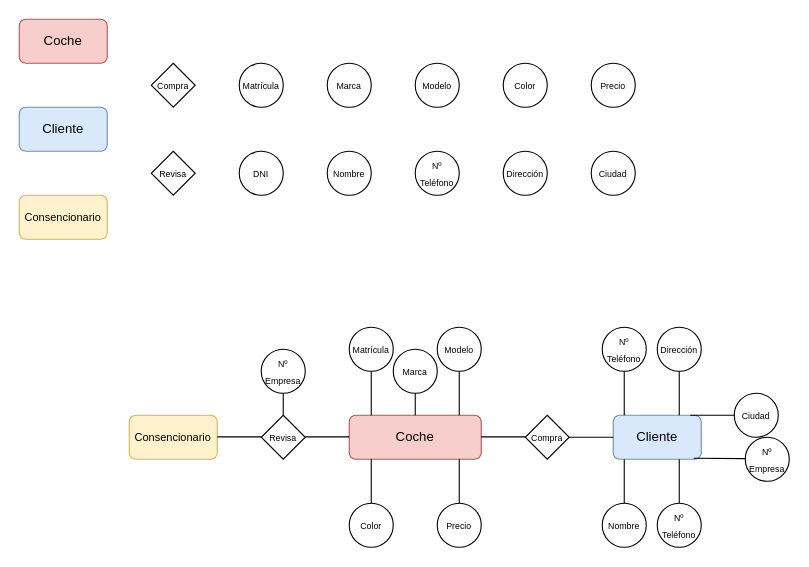
The draw.io diagram base de datos/Unidad-1/Tareas/6.drawio in Angel170605/BAE, before the edit. Source tidied: cells renumbered, new cells numbered last; positions are measured from the earlier drawing's top-left corner, leaving out a move shared by most shapes. Both pictures are drawn from the tidied source at 110%, with x=0, y=0 at pixel (19, 19).
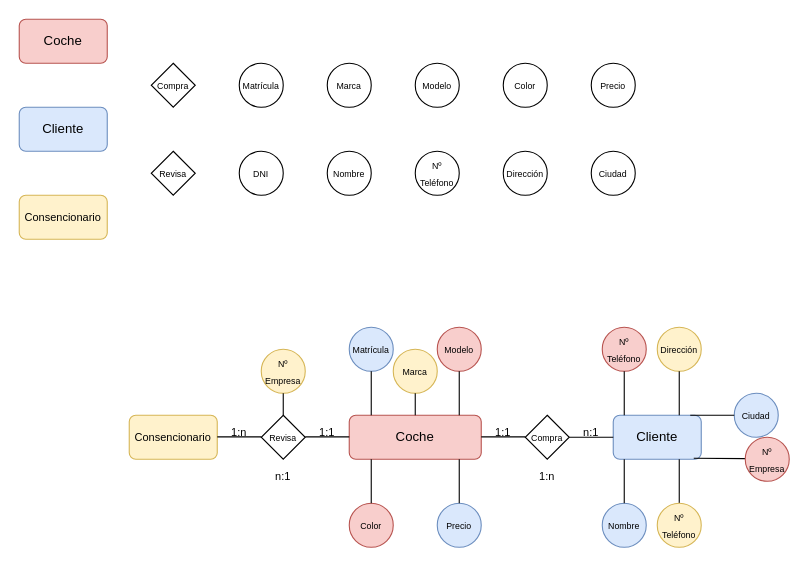
The same page after the edit.

The edit, as a diff of the source:
```diff
@@
-    <mxCell id="22" value="&lt;font style=&quot;font-size: 8px;&quot;&gt;Nombre&lt;/font&gt;" style="ellipse;whiteSpace=wrap;html=1;" parent="1" vertex="1">
+    <mxCell id="22" value="&lt;font style=&quot;font-size: 8px;&quot;&gt;Nombre&lt;/font&gt;" style="ellipse;whiteSpace=wrap;html=1;fillColor=#dae8fc;strokeColor=#6c8ebf;" parent="1" vertex="1">
       <mxGeometry x="530" y="440" width="40" height="40" as="geometry" />
     </mxCell>
-    <mxCell id="23" value="&lt;font style=&quot;font-size: 8px;&quot;&gt;Nº Teléfono&lt;br&gt;&lt;/font&gt;" style="ellipse;whiteSpace=wrap;html=1;" parent="1" vertex="1">
+    <mxCell id="23" value="&lt;font style=&quot;font-size: 8px;&quot;&gt;Nº Teléfono&lt;br&gt;&lt;/font&gt;" style="ellipse;whiteSpace=wrap;html=1;fillColor=#f8cecc;strokeColor=#b85450;" parent="1" vertex="1">
       <mxGeometry x="530" y="280" width="40" height="40" as="geometry" />
     </mxCell>
-    <mxCell id="24" value="&lt;font style=&quot;font-size: 8px;&quot;&gt;Ciudad&lt;/font&gt;" style="ellipse;whiteSpace=wrap;html=1;" parent="1" vertex="1">
+    <mxCell id="24" value="&lt;font style=&quot;font-size: 8px;&quot;&gt;Ciudad&lt;/font&gt;" style="ellipse;whiteSpace=wrap;html=1;fillColor=#dae8fc;strokeColor=#6c8ebf;" parent="1" vertex="1">
       <mxGeometry x="650" y="340" width="40" height="40" as="geometry" />
     </mxCell>
-    <mxCell id="25" value="&lt;font style=&quot;font-size: 8px;&quot;&gt;Modelo&lt;/font&gt;" style="ellipse;whiteSpace=wrap;html=1;" parent="1" vertex="1">
+    <mxCell id="25" value="&lt;font style=&quot;font-size: 8px;&quot;&gt;Modelo&lt;/font&gt;" style="ellipse;whiteSpace=wrap;html=1;fillColor=#f8cecc;strokeColor=#b85450;" parent="1" vertex="1">
       <mxGeometry x="380" y="280" width="40" height="40" as="geometry" />
     </mxCell>
-    <mxCell id="26" value="&lt;font style=&quot;font-size: 8px;&quot;&gt;Precio&lt;/font&gt;" style="ellipse;whiteSpace=wrap;html=1;" parent="1" vertex="1">
+    <mxCell id="26" value="&lt;font style=&quot;font-size: 8px;&quot;&gt;Precio&lt;/font&gt;" style="ellipse;whiteSpace=wrap;html=1;fillColor=#dae8fc;strokeColor=#6c8ebf;" parent="1" vertex="1">
       <mxGeometry x="380" y="440" width="40" height="40" as="geometry" />
     </mxCell>
@@
-    <mxCell id="31" value="&lt;font style=&quot;font-size: 8px;&quot;&gt;Matrícula&lt;/font&gt;" style="ellipse;whiteSpace=wrap;html=1;" parent="1" vertex="1">
+    <mxCell id="31" value="&lt;font style=&quot;font-size: 8px;&quot;&gt;Matrícula&lt;/font&gt;" style="ellipse;whiteSpace=wrap;html=1;fillColor=#dae8fc;strokeColor=#6c8ebf;" parent="1" vertex="1">
       <mxGeometry x="300" y="280" width="40" height="40" as="geometry" />
     </mxCell>
-    <mxCell id="32" value="&lt;font style=&quot;font-size: 8px;&quot;&gt;Color&lt;/font&gt;" style="ellipse;whiteSpace=wrap;html=1;" parent="1" vertex="1">
+    <mxCell id="32" value="&lt;font style=&quot;font-size: 8px;&quot;&gt;Color&lt;/font&gt;" style="ellipse;whiteSpace=wrap;html=1;fillColor=#f8cecc;strokeColor=#b85450;" parent="1" vertex="1">
       <mxGeometry x="300" y="440" width="40" height="40" as="geometry" />
     </mxCell>
@@
-    <mxCell id="35" value="&lt;font style=&quot;font-size: 8px;&quot;&gt;Marca&lt;/font&gt;" style="ellipse;whiteSpace=wrap;html=1;" parent="1" vertex="1">
+    <mxCell id="35" value="&lt;font style=&quot;font-size: 8px;&quot;&gt;Marca&lt;/font&gt;" style="ellipse;whiteSpace=wrap;html=1;fillColor=#fff2cc;strokeColor=#d6b656;" parent="1" vertex="1">
       <mxGeometry x="340" y="300" width="40" height="40" as="geometry" />
     </mxCell>
@@
-    <mxCell id="41" value="&lt;font style=&quot;font-size: 8px;&quot;&gt;Dirección&lt;/font&gt;" style="ellipse;whiteSpace=wrap;html=1;" parent="1" vertex="1">
+    <mxCell id="41" value="&lt;font style=&quot;font-size: 8px;&quot;&gt;Dirección&lt;/font&gt;" style="ellipse;whiteSpace=wrap;html=1;fillColor=#fff2cc;strokeColor=#d6b656;" parent="1" vertex="1">
       <mxGeometry x="580" y="280" width="40" height="40" as="geometry" />
     </mxCell>
@@
-    <mxCell id="44" value="&lt;font style=&quot;font-size: 8px;&quot;&gt;Nº Teléfono&lt;br&gt;&lt;/font&gt;" style="ellipse;whiteSpace=wrap;html=1;" parent="1" vertex="1">
+    <mxCell id="44" value="&lt;font style=&quot;font-size: 8px;&quot;&gt;Nº Teléfono&lt;br&gt;&lt;/font&gt;" style="ellipse;whiteSpace=wrap;html=1;fillColor=#fff2cc;strokeColor=#d6b656;" parent="1" vertex="1">
       <mxGeometry x="580" y="440" width="40" height="40" as="geometry" />
     </mxCell>
@@
-    <mxCell id="47" value="&lt;font style=&quot;font-size: 8px;&quot;&gt;Nº Empresa&lt;br&gt;&lt;/font&gt;" style="ellipse;whiteSpace=wrap;html=1;" parent="1" vertex="1">
+    <mxCell id="47" value="&lt;font style=&quot;font-size: 8px;&quot;&gt;Nº Empresa&lt;br&gt;&lt;/font&gt;" style="ellipse;whiteSpace=wrap;html=1;fillColor=#f8cecc;strokeColor=#b85450;" parent="1" vertex="1">
       <mxGeometry x="660" y="380" width="40" height="40" as="geometry" />
     </mxCell>
-    <mxCell id="48" value="&lt;font style=&quot;font-size: 8px;&quot;&gt;Nº Empresa&lt;br&gt;&lt;/font&gt;" style="ellipse;whiteSpace=wrap;html=1;" parent="1" vertex="1">
+    <mxCell id="48" value="&lt;font style=&quot;font-size: 8px;&quot;&gt;Nº Empresa&lt;br&gt;&lt;/font&gt;" style="ellipse;whiteSpace=wrap;html=1;fillColor=#fff2cc;strokeColor=#d6b656;" parent="1" vertex="1">
       <mxGeometry x="220" y="300" width="40" height="40" as="geometry" />
     </mxCell>
@@
+    <mxCell id="50" value="&lt;font style=&quot;font-size: 10px;&quot;&gt;1:n&lt;/font&gt;" style="text;html=1;strokeColor=none;fillColor=none;align=center;verticalAlign=middle;whiteSpace=wrap;rounded=0;" parent="1" vertex="1">
+      <mxGeometry x="170" y="360" width="60" height="30" as="geometry" />
+    </mxCell>
+    <mxCell id="51" value="&lt;font style=&quot;font-size: 10px;&quot;&gt;n:1&lt;/font&gt;" style="text;html=1;strokeColor=none;fillColor=none;align=center;verticalAlign=middle;whiteSpace=wrap;rounded=0;" parent="1" vertex="1">
+      <mxGeometry x="490" y="360" width="60" height="30" as="geometry" />
+    </mxCell>
+    <mxCell id="52" value="&lt;font style=&quot;font-size: 10px;&quot;&gt;1:1&lt;/font&gt;" style="text;html=1;strokeColor=none;fillColor=none;align=center;verticalAlign=middle;whiteSpace=wrap;rounded=0;" parent="1" vertex="1">
+      <mxGeometry x="250" y="360" width="60" height="30" as="geometry" />
+    </mxCell>
+    <mxCell id="53" value="&lt;font style=&quot;font-size: 10px;&quot;&gt;1:1&lt;/font&gt;" style="text;html=1;strokeColor=none;fillColor=none;align=center;verticalAlign=middle;whiteSpace=wrap;rounded=0;" parent="1" vertex="1">
+      <mxGeometry x="410" y="360" width="60" height="30" as="geometry" />
+    </mxCell>
+    <mxCell id="54" value="&lt;font style=&quot;font-size: 10px;&quot;&gt;n:1&lt;/font&gt;" style="text;html=1;strokeColor=none;fillColor=none;align=center;verticalAlign=middle;whiteSpace=wrap;rounded=0;" parent="1" vertex="1">
+      <mxGeometry x="210" y="400" width="60" height="30" as="geometry" />
+    </mxCell>
+    <mxCell id="55" value="&lt;font style=&quot;font-size: 10px;&quot;&gt;1:n&lt;/font&gt;" style="text;html=1;strokeColor=none;fillColor=none;align=center;verticalAlign=middle;whiteSpace=wrap;rounded=0;" parent="1" vertex="1">
+      <mxGeometry x="450" y="400" width="60" height="30" as="geometry" />
+    </mxCell>
```
